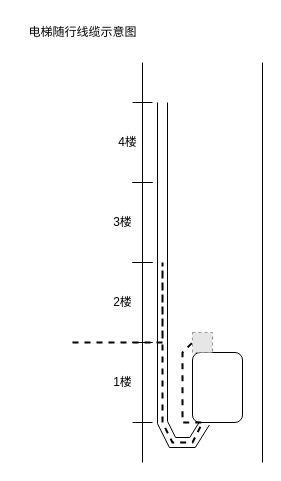
UTOUUCENTER-CD/Aqara keeps this draw.io diagram as 泰庄监控点位图.drawio. Above is the earlier version. Source tidied: cells renumbered, new cells numbered last; positions are measured from the earlier drawing's top-left corner, leaving out a move shared by most shapes. Both pictures are drawn from the tidied source at 100%, with x=0, y=0 at pixel (17, 17). Pictures stored in the file or linked from it are replaced by grey dashed boxes.
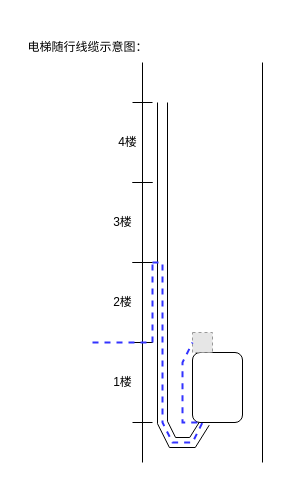
Above is the later version.

Commit message (it also covers changes not shown here):
Update 泰庄监控点位图.drawio

Unchanged cells that the change refers to:
```xml
<mxCell id="15" style="shape=crossbar;whiteSpace=wrap;html=1;rounded=1;direction=south;" parent="1" vertex="1">
  <mxGeometry x="115" y="165" width="20" height="80" as="geometry" />
</mxCell>
<mxCell id="19" style="fillColor=#E6E6E6;strokeColor=#999999;dashed=1;verticalLabelPosition=bottom;labelBackgroundColor=default;verticalAlign=top;" parent="1" vertex="1">
  <mxGeometry x="175" y="315" width="20" height="20" as="geometry" />
</mxCell>
```

Change to the diagram source:
```diff
@@
-    <mxCell id="2" value="电梯随行线缆示意图" style="text;html=1;align=center;verticalAlign=middle;strokeColor=none;fillColor=none;" parent="1" vertex="1">
-      <mxGeometry width="130" height="30" as="geometry" />
+    <mxCell id="2" value="电梯随行线缆示意图：" style="text;html=1;align=center;verticalAlign=middle;strokeColor=none;fillColor=none;" parent="1" vertex="1">
+      <mxGeometry y="15" width="140" height="30" as="geometry" />
     </mxCell>
@@
-    <mxCell id="18" style="endArrow=none;dashed=1;html=1;rounded=0;strokeWidth=2;" parent="1" edge="1">
-      <mxGeometry relative="1" as="geometry">
-        <mxPoint x="55" y="325" as="sourcePoint" />
-        <mxPoint x="185" y="325" as="targetPoint" />
-        <Array as="points">
-          <mxPoint x="145" y="325" />
-          <mxPoint x="145" y="245" />
-          <mxPoint x="145" y="405" />
-          <mxPoint x="155" y="425" />
-          <mxPoint x="165" y="425" />
-          <mxPoint x="175" y="425" />
-          <mxPoint x="185" y="405" />
-          <mxPoint x="165" y="405" />
-          <mxPoint x="165" y="335" />
-          <mxPoint x="175" y="325" />
-        </Array>
-      </mxGeometry>
-    </mxCell>
@@
+    <mxCell id="20" style="endArrow=none;dashed=1;html=1;rounded=0;strokeWidth=2;entryX=1;entryY=0;entryDx=0;entryDy=0;entryPerimeter=0;strokeColor=#3333FF;" parent="1" edge="1" target="15">
+      <mxGeometry relative="1" as="geometry">
+        <mxPoint x="75" y="325" as="sourcePoint" />
+        <Array as="points">
+          <mxPoint x="135" y="325" />
+        </Array>
+      </mxGeometry>
+    </mxCell>
+    <mxCell id="21" style="endArrow=none;dashed=1;html=1;rounded=0;strokeColor=#3333FF;strokeWidth=2;entryX=0;entryY=0.5;entryDx=0;entryDy=0;" parent="1" edge="1" target="19">
+      <mxGeometry relative="1" as="geometry">
+        <mxPoint x="135" y="245" as="sourcePoint" />
+        <Array as="points">
+          <mxPoint x="145" y="245" />
+          <mxPoint x="145" y="405" />
+          <mxPoint x="155" y="425" />
+          <mxPoint x="175" y="425" />
+          <mxPoint x="185" y="405" />
+          <mxPoint x="165" y="405" />
+          <mxPoint x="165" y="345" />
+        </Array>
+      </mxGeometry>
+    </mxCell>
```
